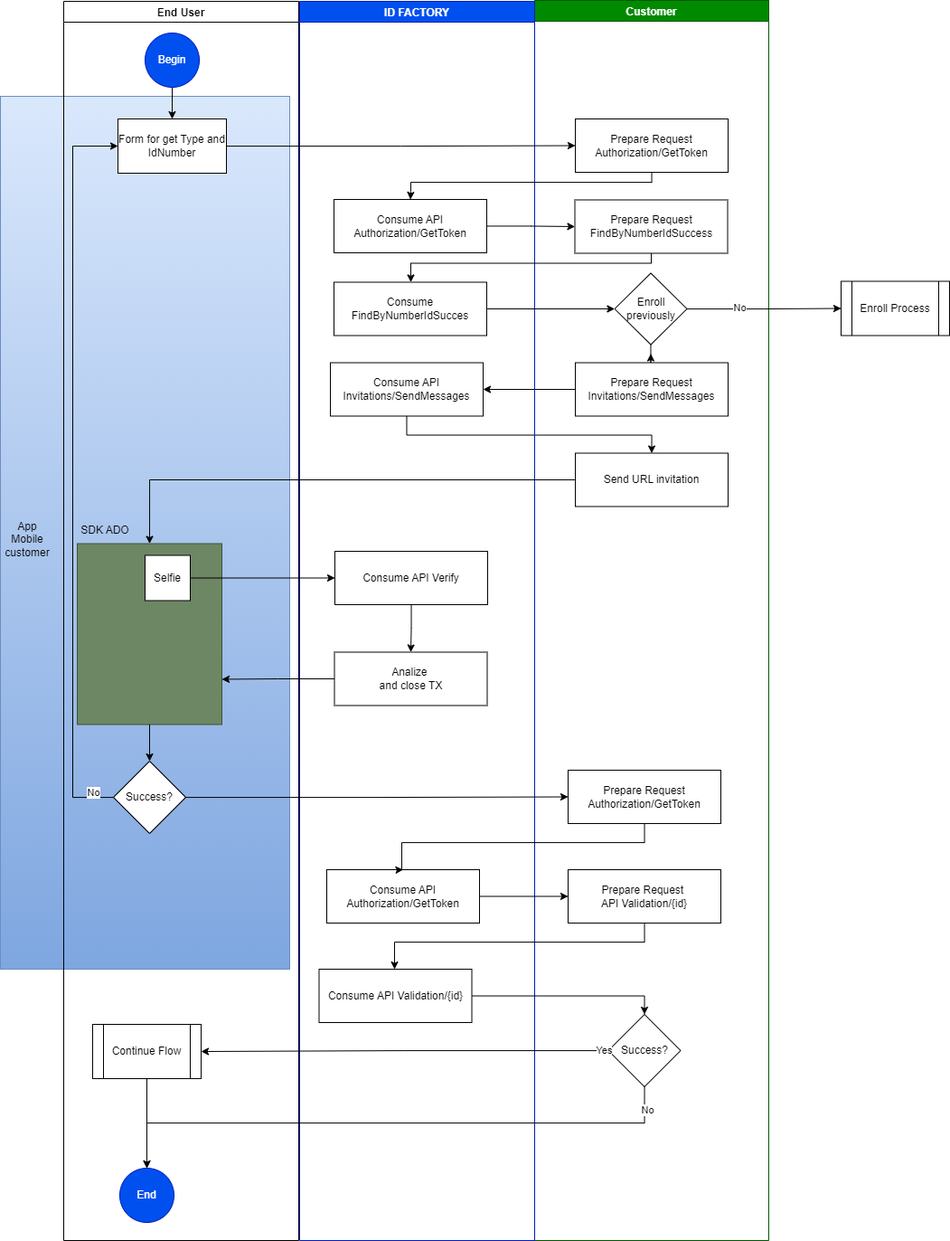
The draw.io diagram imgs/Verify.png in HEVERHD/documentations, before a commit. Source tidied: cells renumbered, new cells last; positions are measured from the earlier drawing's top-left corner, leaving out a move shared by most shapes.
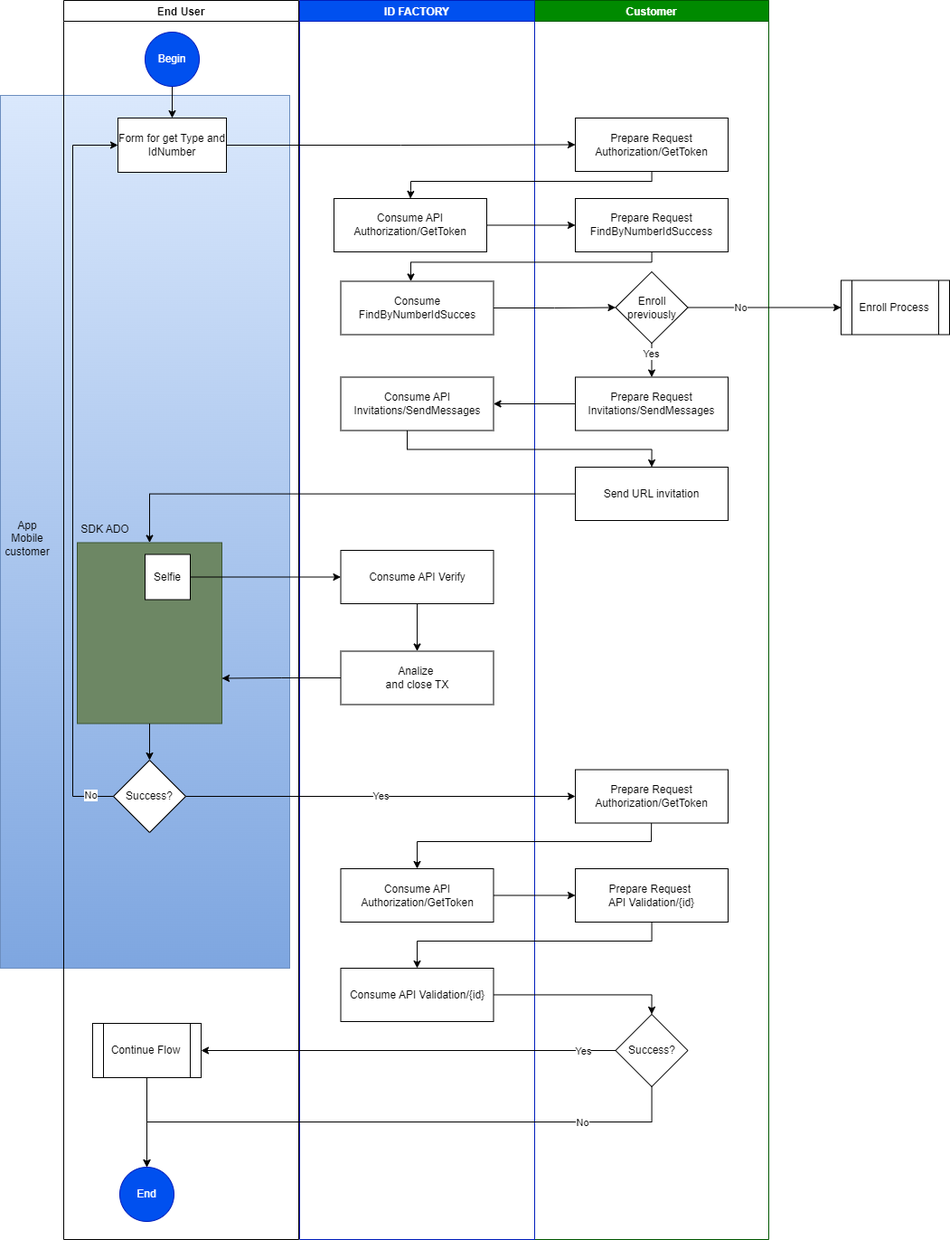
After the commit.

Commit message:
Add img verify

Diff of the diagram source:
```diff
@@ -6,51 +6,40 @@
       <mxGeometry y="106" width="320" height="965" as="geometry" />
     </mxCell>
     <mxCell id="3" value="Customer" style="swimlane;fillColor=#008a00;fontColor=#ffffff;strokeColor=#005700;" parent="1" vertex="1">
-      <mxGeometry x="591" width="259" height="1371" as="geometry" />
+      <mxGeometry x="591" y="1" width="259" height="1370" as="geometry" />
     </mxCell>
     <mxCell id="4" value="Prepare Request FindByNumberIdSuccess" style="rounded=0;whiteSpace=wrap;html=1;" parent="3" vertex="1">
-      <mxGeometry x="44.5" y="220.5" width="169" height="59" as="geometry" />
+      <mxGeometry x="45" y="219" width="169" height="59" as="geometry" />
     </mxCell>
-    <mxCell id="5" style="edgeStyle=orthogonalEdgeStyle;rounded=0;jettySize=auto;html=1;" parent="3" edge="1" source="6">
-      <mxGeometry relative="1" as="geometry">
-        <mxPoint x="128.5" y="390.5" as="targetPoint" />
-      </mxGeometry>
-    </mxCell>
     <mxCell id="6" value="Enroll previously" style="rhombus;whiteSpace=wrap;html=1;" parent="3" vertex="1">
-      <mxGeometry x="88.5" y="301.5" width="80" height="79" as="geometry" />
+      <mxGeometry x="89.5" y="300" width="80" height="79" as="geometry" />
     </mxCell>
     <mxCell id="7" value="Prepare Request&amp;nbsp;&lt;div&gt;API Validation/{id}&lt;/div&gt;" style="rounded=0;whiteSpace=wrap;html=1;" parent="3" vertex="1">
-      <mxGeometry x="37" y="961" width="169" height="59" as="geometry" />
+      <mxGeometry x="45" y="960" width="169" height="59" as="geometry" />
     </mxCell>
     <mxCell id="8" value="Success?" style="rhombus;whiteSpace=wrap;html=1;" parent="3" vertex="1">
-      <mxGeometry x="81.5" y="1121" width="80" height="80" as="geometry" />
+      <mxGeometry x="89.5" y="1121" width="80" height="80" as="geometry" />
     </mxCell>
-    <mxCell id="9" style="edgeStyle=orthogonalEdgeStyle;rounded=0;jettySize=auto;html=1;entryX=0.5;entryY=0;entryDx=0;entryDy=0;" parent="3" edge="1" source="10" target="13">
-      <mxGeometry relative="1" as="geometry">
-        <Array as="points">
-          <mxPoint x="-141" y="480.5" />
-          <mxPoint x="129" y="480.5" />
-        </Array>
-      </mxGeometry>
-    </mxCell>
-    <mxCell id="10" value="Consume API Invitations/SendMessages" style="rounded=0;whiteSpace=wrap;html=1;" parent="3" vertex="1">
-      <mxGeometry x="-226" y="400.5" width="169" height="59" as="geometry" />
-    </mxCell>
-    <mxCell id="11" style="edgeStyle=orthogonalEdgeStyle;rounded=0;jettySize=auto;html=1;entryX=1;entryY=0.5;entryDx=0;entryDy=0;" parent="3" edge="1" source="12" target="10">
-      <mxGeometry relative="1" as="geometry" />
-    </mxCell>
     <mxCell id="12" value="Prepare Request Invitations/SendMessages" style="rounded=0;whiteSpace=wrap;html=1;" parent="3" vertex="1">
-      <mxGeometry x="45" y="400.5" width="169" height="59" as="geometry" />
+      <mxGeometry x="45" y="416.5" width="169" height="59" as="geometry" />
     </mxCell>
     <mxCell id="13" value="Send URL invitation" style="rounded=0;whiteSpace=wrap;html=1;" parent="3" vertex="1">
-      <mxGeometry x="45" y="500.5" width="169" height="59" as="geometry" />
+      <mxGeometry x="45" y="516" width="169" height="59" as="geometry" />
     </mxCell>
     <mxCell id="14" value="Prepare Request Authorization/GetToken&lt;span style=&quot;font-family: monospace; font-size: 0px; text-align: start; text-wrap: nowrap;&quot;&gt;xGraphModel%3E%3Croot%3E%3CmxCell%20id%3D%220%22%2F%3E%3CmxCell%20id%3D%221%22%20parent%3D%220%22%2F%3E%3CmxCell%20id%3D%222%22%20value%3D%22Prepare%20Request%20GetByNumberIdSuccess%22%20style%3D%22rounded%3D0%3BwhiteSpace%3Dwrap%3Bhtml%3D1%3B%22%20vertex%3D%221%22%20parent%3D%221%22%3E%3CmxGeometry%20x%3D%22592%22%20y%3D%22131%22%20width%3D%22169%22%20height%3D%2259%22%20as%3D%22geometry%22%2F%3E%3C%2FmxCell%3E%3C%2Froot%3E%3C%2FmxGraphModel%3E&lt;/span&gt;&lt;span style=&quot;font-family: monospace; font-size: 0px; text-align: start; text-wrap: nowrap;&quot;&gt;%3CmxGraphModel%3E%3Croot%3E%3CmxCell%20id%3D%220%22%2F%3E%3CmxCell%20id%3D%221%22%20parent%3D%220%22%2F%3E%3CmxCell%20id%3D%222%22%20value%3D%22Prepare%20Request%20GetByNumberIdSuccess%22%20style%3D%22rounded%3D0%3BwhiteSpace%3Dwrap%3Bhtml%3D1%3B%22%20vertex%3D%221%22%20parent%3D%221%22%3E%3CmxGeometry%20x%3D%22592%22%20y%3D%22131%22%20width%3D%22169%22%20height%3D%2259%22%20as%3D%22geometr&lt;/span&gt;" style="rounded=0;whiteSpace=wrap;html=1;" parent="3" vertex="1">
-      <mxGeometry x="45" y="131" width="169" height="59" as="geometry" />
+      <mxGeometry x="45" y="130" width="169" height="59" as="geometry" />
     </mxCell>
     <mxCell id="15" value="Prepare Request Authorization/GetToken&lt;span style=&quot;font-family: monospace; font-size: 0px; text-align: start; text-wrap: nowrap;&quot;&gt;xGraphModel%3E%3Croot%3E%3CmxCell%20id%3D%220%22%2F%3E%3CmxCell%20id%3D%221%22%20parent%3D%220%22%2F%3E%3CmxCell%20id%3D%222%22%20value%3D%22Prepare%20Request%20GetByNumberIdSuccess%22%20style%3D%22rounded%3D0%3BwhiteSpace%3Dwrap%3Bhtml%3D1%3B%22%20vertex%3D%221%22%20parent%3D%221%22%3E%3CmxGeometry%20x%3D%22592%22%20y%3D%22131%22%20width%3D%22169%22%20height%3D%2259%22%20as%3D%22geometry%22%2F%3E%3C%2FmxCell%3E%3C%2Froot%3E%3C%2FmxGraphModel%3E&lt;/span&gt;&lt;span style=&quot;font-family: monospace; font-size: 0px; text-align: start; text-wrap: nowrap;&quot;&gt;%3CmxGraphModel%3E%3Croot%3E%3CmxCell%20id%3D%220%22%2F%3E%3CmxCell%20id%3D%221%22%20parent%3D%220%22%2F%3E%3CmxCell%20id%3D%222%22%20value%3D%22Prepare%20Request%20GetByNumberIdSuccess%22%20style%3D%22rounded%3D0%3BwhiteSpace%3Dwrap%3Bhtml%3D1%3B%22%20vertex%3D%221%22%20parent%3D%221%22%3E%3CmxGeometry%20x%3D%22592%22%20y%3D%22131%22%20width%3D%22169%22%20height%3D%2259%22%20as%3D%22geometr&lt;/span&gt;" style="rounded=0;whiteSpace=wrap;html=1;" parent="3" vertex="1">
-      <mxGeometry x="37" y="851" width="169" height="59" as="geometry" />
+      <mxGeometry x="45" y="850.5" width="169" height="59" as="geometry" />
     </mxCell>
+    <mxCell id="60" style="endArrow=classic;html=1;rounded=0;exitX=0.5;exitY=1;exitDx=0;exitDy=0;" parent="3" edge="1" source="6" target="12">
+      <mxGeometry relative="1" as="geometry" />
+    </mxCell>
+    <mxCell id="61" value="Yes" style="edgeLabel;html=1;align=center;verticalAlign=middle;" parent="60" vertex="1">
+      <mxGeometry x="-0.4" y="3" relative="1" as="geometry">
+        <mxPoint x="-4" as="offset" />
+      </mxGeometry>
+    </mxCell>
     <mxCell id="16" value="ID FACTORY" style="swimlane;startSize=23;fillColor=#0050ef;fontColor=#ffffff;strokeColor=#001DBC;" parent="1" vertex="1">
       <mxGeometry x="331" y="1" width="260" height="1370" as="geometry" />
     </mxCell>
@@ -58,20 +47,26 @@
       <mxGeometry relative="1" as="geometry" />
     </mxCell>
     <mxCell id="18" value="Consume API Verify" style="rounded=0;whiteSpace=wrap;html=1;" parent="16" vertex="1">
-      <mxGeometry x="39" y="608" width="169" height="59" as="geometry" />
+      <mxGeometry x="45.5" y="608" width="169" height="59" as="geometry" />
     </mxCell>
     <mxCell id="19" value="Consume API Validation/{id}" style="rounded=0;whiteSpace=wrap;html=1;" parent="16" vertex="1">
-      <mxGeometry x="21.5" y="1070" width="169" height="59" as="geometry" />
+      <mxGeometry x="45.5" y="1070" width="169" height="59" as="geometry" />
     </mxCell>
     <mxCell id="20" value="Analize&amp;nbsp;&lt;div&gt;and close TX&lt;/div&gt;" style="rounded=0;whiteSpace=wrap;html=1;" parent="16" vertex="1">
-      <mxGeometry x="38.5" y="719.5" width="169" height="59" as="geometry" />
+      <mxGeometry x="45.5" y="719.5" width="169" height="59" as="geometry" />
     </mxCell>
     <mxCell id="21" value="Consume API Authorization/GetToken&lt;span style=&quot;font-family: monospace; font-size: 0px; text-align: start; text-wrap: nowrap;&quot;&gt;xGraphModel%3E%3Croot%3E%3CmxCell%20id%3D%220%22%2F%3E%3CmxCell%20id%3D%221%22%20parent%3D%220%22%2F%3E%3CmxCell%20id%3D%222%22%20value%3D%22Prepare%20Request%20GetByNumberIdSuccess%22%20style%3D%22rounded%3D0%3BwhiteSpace%3Dwrap%3Bhtml%3D1%3B%22%20vertex%3D%221%22%20parent%3D%221%22%3E%3CmxGeometry%20x%3D%22592%22%20y%3D%22131%22%20width%3D%22169%22%20height%3D%2259%22%20as%3D%22geometry%22%2F%3E%3C%2FmxCell%3E%3C%2Froot%3E%3C%2FmxGraphModel%3E&lt;/span&gt;&lt;span style=&quot;font-family: monospace; font-size: 0px; text-align: start; text-wrap: nowrap;&quot;&gt;%3CmxGraphModel%3E%3Croot%3E%3CmxCell%20id%3D%220%22%2F%3E%3CmxCell%20id%3D%221%22%20parent%3D%220%22%2F%3E%3CmxCell%20id%3D%222%22%20value%3D%22Prepare%20Request%20GetByNumberIdSuccess%22%20style%3D%22rounded%3D0%3BwhiteSpace%3Dwrap%3Bhtml%3D1%3B%22%20vertex%3D%221%22%20parent%3D%221%22%3E%3CmxGeometry%20x%3D%22592%22%20y%3D%22131%22%20width%3D%22169%22%20height%3D%2259%22%20as%3D%22geometr&lt;/span&gt;" style="rounded=0;whiteSpace=wrap;html=1;" parent="16" vertex="1">
       <mxGeometry x="38" y="219" width="169" height="59" as="geometry" />
     </mxCell>
     <mxCell id="22" value="Consume API Authorization/GetToken&lt;span style=&quot;font-family: monospace; font-size: 0px; text-align: start; text-wrap: nowrap;&quot;&gt;xGraphModel%3E%3Croot%3E%3CmxCell%20id%3D%220%22%2F%3E%3CmxCell%20id%3D%221%22%20parent%3D%220%22%2F%3E%3CmxCell%20id%3D%222%22%20value%3D%22Prepare%20Request%20GetByNumberIdSuccess%22%20style%3D%22rounded%3D0%3BwhiteSpace%3Dwrap%3Bhtml%3D1%3B%22%20vertex%3D%221%22%20parent%3D%221%22%3E%3CmxGeometry%20x%3D%22592%22%20y%3D%22131%22%20width%3D%22169%22%20height%3D%2259%22%20as%3D%22geometry%22%2F%3E%3C%2FmxCell%3E%3C%2Froot%3E%3C%2FmxGraphModel%3E&lt;/span&gt;&lt;span style=&quot;font-family: monospace; font-size: 0px; text-align: start; text-wrap: nowrap;&quot;&gt;%3CmxGraphModel%3E%3Croot%3E%3CmxCell%20id%3D%220%22%2F%3E%3CmxCell%20id%3D%221%22%20parent%3D%220%22%2F%3E%3CmxCell%20id%3D%222%22%20value%3D%22Prepare%20Request%20GetByNumberIdSuccess%22%20style%3D%22rounded%3D0%3BwhiteSpace%3Dwrap%3Bhtml%3D1%3B%22%20vertex%3D%221%22%20parent%3D%221%22%3E%3CmxGeometry%20x%3D%22592%22%20y%3D%22131%22%20width%3D%22169%22%20height%3D%2259%22%20as%3D%22geometr&lt;/span&gt;" style="rounded=0;whiteSpace=wrap;html=1;" parent="16" vertex="1">
-      <mxGeometry x="30" y="960" width="169" height="59" as="geometry" />
+      <mxGeometry x="45.5" y="960" width="169" height="59" as="geometry" />
     </mxCell>
+    <mxCell id="51" value="Consume FindByNumberIdSucces" style="rounded=0;whiteSpace=wrap;html=1;" parent="16" vertex="1">
+      <mxGeometry x="45.5" y="310.5" width="169" height="59" as="geometry" />
+    </mxCell>
+    <mxCell id="10" value="Consume API Invitations/SendMessages" style="rounded=0;whiteSpace=wrap;html=1;" parent="16" vertex="1">
+      <mxGeometry x="45.5" y="416.5" width="169" height="59" as="geometry" />
+    </mxCell>
     <mxCell id="23" value="End User" style="swimlane;" parent="1" vertex="1">
       <mxGeometry x="70" y="1" width="260" height="1370" as="geometry" />
     </mxCell>
@@ -117,7 +112,7 @@
       </mxGeometry>
     </mxCell>
     <mxCell id="36" value="No" style="edgeLabel;html=1;align=center;verticalAlign=middle;" parent="35" vertex="1">
-      <mxGeometry x="-0.94" y="-6" relative="1" as="geometry" />
+      <mxGeometry x="-0.94" y="-2" relative="1" as="geometry" />
     </mxCell>
     <mxCell id="37" style="edgeStyle=orthogonalEdgeStyle;rounded=0;jettySize=auto;html=1;entryX=0.5;entryY=0;entryDx=0;entryDy=0;" parent="23" edge="1" source="30" target="34">
       <mxGeometry relative="1" as="geometry" />
@@ -130,7 +125,7 @@
     </mxCell>
     <mxCell id="40" value="No" style="edgeLabel;html=1;align=center;verticalAlign=middle;" parent="39" vertex="1">
       <mxGeometry x="-0.31" y="2" relative="1" as="geometry">
-        <mxPoint x="-1" as="offset" />
+        <mxPoint x="-1" y="2" as="offset" />
       </mxGeometry>
     </mxCell>
     <mxCell id="41" style="edgeStyle=orthogonalEdgeStyle;rounded=0;jettySize=auto;html=1;" parent="1" edge="1" source="31" target="18">
@@ -139,8 +134,8 @@
     <mxCell id="42" style="edgeStyle=orthogonalEdgeStyle;rounded=0;jettySize=auto;html=1;entryX=0.5;entryY=0;entryDx=0;entryDy=0;" parent="1" edge="1" source="7" target="19">
       <mxGeometry relative="1" as="geometry">
         <Array as="points">
-          <mxPoint x="712" y="1041" />
-          <mxPoint x="436" y="1041" />
+          <mxPoint x="721" y="1041" />
+          <mxPoint x="461" y="1041" />
         </Array>
       </mxGeometry>
     </mxCell>
@@ -151,7 +146,9 @@
       <mxGeometry relative="1" as="geometry" />
     </mxCell>
     <mxCell id="45" value="Yes" style="edgeLabel;html=1;align=center;verticalAlign=middle;" parent="44" vertex="1">
-      <mxGeometry x="-0.97" y="-1" relative="1" as="geometry" />
+      <mxGeometry x="-0.97" y="-1" relative="1" as="geometry">
+        <mxPoint x="-31" y="1" as="offset" />
+      </mxGeometry>
     </mxCell>
     <mxCell id="46" value="Enroll Process" style="shape=process;whiteSpace=wrap;html=1;backgroundOutline=1;" parent="1" vertex="1">
       <mxGeometry x="930" y="310.5" width="120" height="60" as="geometry" />
@@ -159,13 +156,15 @@
     <mxCell id="47" style="edgeStyle=orthogonalEdgeStyle;rounded=0;jettySize=auto;html=1;entryX=0.5;entryY=0;entryDx=0;entryDy=0;" parent="1" edge="1" source="8" target="29">
       <mxGeometry relative="1" as="geometry">
         <Array as="points">
-          <mxPoint x="712" y="1241" />
+          <mxPoint x="721" y="1241" />
           <mxPoint x="162" y="1241" />
         </Array>
       </mxGeometry>
     </mxCell>
     <mxCell id="48" value="No" style="edgeLabel;html=1;align=center;verticalAlign=middle;" parent="47" vertex="1">
-      <mxGeometry x="-0.92" y="3" relative="1" as="geometry" />
+      <mxGeometry x="-0.92" y="3" relative="1" as="geometry">
+        <mxPoint x="-80" y="14" as="offset" />
+      </mxGeometry>
     </mxCell>
     <mxCell id="49" style="edgeStyle=orthogonalEdgeStyle;rounded=0;jettySize=auto;html=1;entryX=0.5;entryY=0;entryDx=0;entryDy=0;" parent="1" edge="1" source="13" target="30">
       <mxGeometry relative="1" as="geometry" />
@@ -173,9 +172,6 @@
     <mxCell id="50" style="edgeStyle=orthogonalEdgeStyle;rounded=0;jettySize=auto;html=1;entryX=0;entryY=0.5;entryDx=0;entryDy=0;" parent="1" edge="1" source="51" target="6">
       <mxGeometry relative="1" as="geometry" />
     </mxCell>
-    <mxCell id="51" value="Consume FindByNumberIdSucces" style="rounded=0;whiteSpace=wrap;html=1;" parent="1" vertex="1">
-      <mxGeometry x="369" y="311.5" width="169" height="59" as="geometry" />
-    </mxCell>
     <mxCell id="52" style="edgeStyle=orthogonalEdgeStyle;rounded=0;jettySize=auto;html=1;" parent="1" edge="1" source="4" target="51">
       <mxGeometry relative="1" as="geometry">
         <Array as="points">
@@ -203,19 +199,30 @@
     <mxCell id="56" style="edgeStyle=orthogonalEdgeStyle;rounded=0;jettySize=auto;html=1;entryX=0;entryY=0.5;entryDx=0;entryDy=0;" parent="1" edge="1" source="21" target="4">
       <mxGeometry relative="1" as="geometry" />
     </mxCell>
-    <mxCell id="57" style="edgeStyle=orthogonalEdgeStyle;rounded=0;jettySize=auto;html=1;entryX=0;entryY=0.5;entryDx=0;entryDy=0;" parent="1" edge="1" source="34" target="15">
+    <mxCell id="57" value="Yes" style="edgeStyle=orthogonalEdgeStyle;rounded=0;jettySize=auto;html=1;entryX=0;entryY=0.5;entryDx=0;entryDy=0;" parent="1" edge="1" source="34" target="15">
       <mxGeometry relative="1" as="geometry" />
     </mxCell>
+    <mxCell id="59" style="edgeStyle=orthogonalEdgeStyle;rounded=0;jettySize=auto;html=1;entryX=0;entryY=0.5;entryDx=0;entryDy=0;" parent="1" edge="1" source="22" target="7">
+      <mxGeometry relative="1" as="geometry" />
+    </mxCell>
+    <mxCell id="9" style="edgeStyle=orthogonalEdgeStyle;rounded=0;jettySize=auto;html=1;entryX=0.5;entryY=0;entryDx=0;entryDy=0;" parent="1" edge="1" source="10" target="13">
+      <mxGeometry relative="1" as="geometry">
+        <Array as="points">
+          <mxPoint x="450" y="497.5" />
+          <mxPoint x="720" y="497.5" />
+        </Array>
+      </mxGeometry>
+    </mxCell>
+    <mxCell id="11" style="edgeStyle=orthogonalEdgeStyle;rounded=0;jettySize=auto;html=1;entryX=1;entryY=0.5;entryDx=0;entryDy=0;" parent="1" edge="1" source="12" target="10">
+      <mxGeometry relative="1" as="geometry" />
+    </mxCell>
-    <mxCell id="58" style="edgeStyle=orthogonalEdgeStyle;rounded=0;jettySize=auto;html=1;entryX=0.5;entryY=0;entryDx=0;entryDy=0;" parent="1" edge="1" source="15" target="22">
+    <mxCell id="58" style="endArrow=classic;html=1;rounded=0;" parent="1" edge="1" source="15" target="22">
       <mxGeometry relative="1" as="geometry">
         <Array as="points">
-          <mxPoint x="712" y="931" />
-          <mxPoint x="444" y="931" />
+          <mxPoint x="720" y="931" />
+          <mxPoint x="461" y="931" />
         </Array>
       </mxGeometry>
     </mxCell>
-    <mxCell id="59" style="edgeStyle=orthogonalEdgeStyle;rounded=0;jettySize=auto;html=1;entryX=0;entryY=0.5;entryDx=0;entryDy=0;" parent="1" edge="1" source="22" target="7">
-      <mxGeometry relative="1" as="geometry" />
-    </mxCell>
   </root>
 </mxGraphModel>
```
